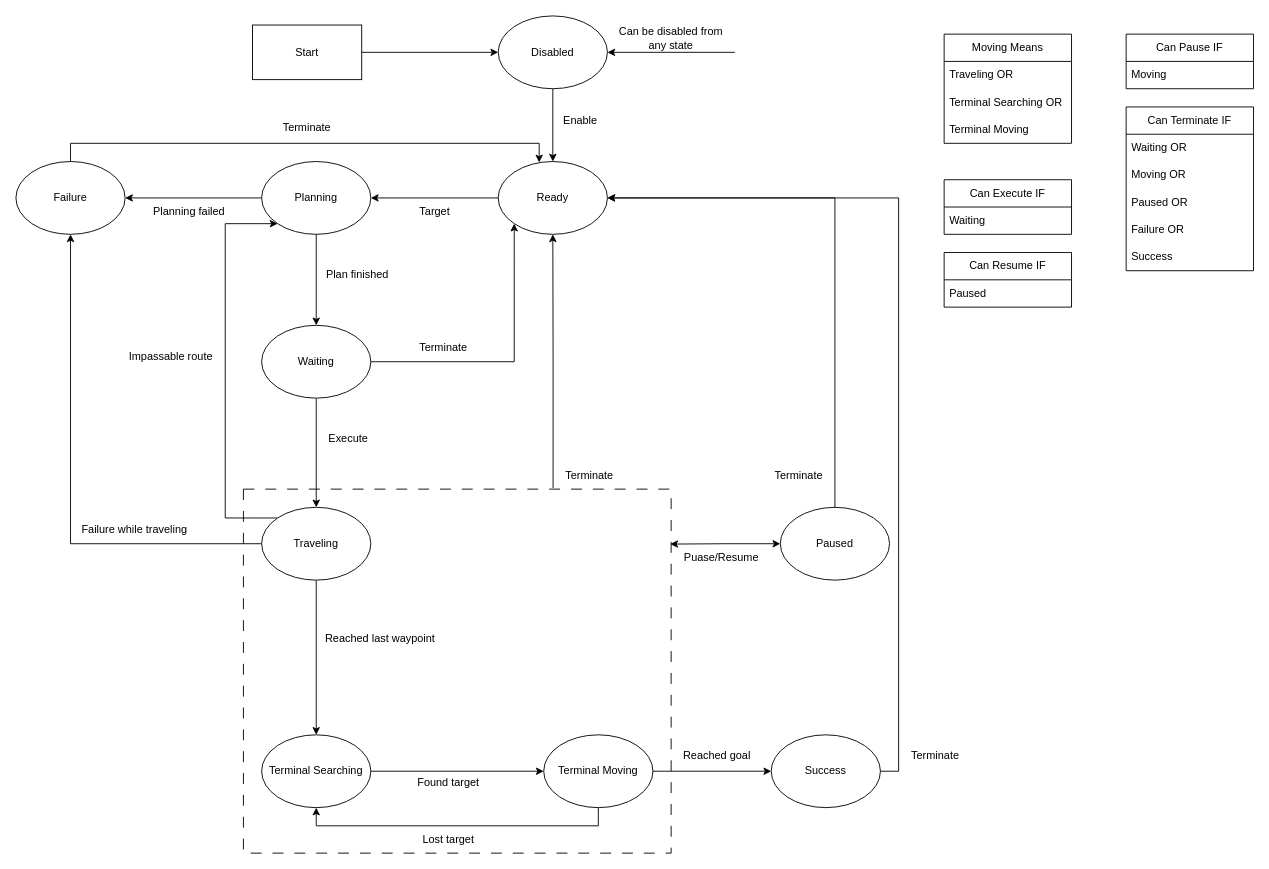
Above: State Machine.drawio in GonzagaRobotics/AutoNav (draw.io), before the change. Source tidied: cells renumbered, new cells numbered last; positions are measured from the earlier drawing's top-left corner, leaving out a move shared by most shapes. Both pictures are drawn from the tidied source at 91%, with x=0, y=0 at pixel (15, 15).
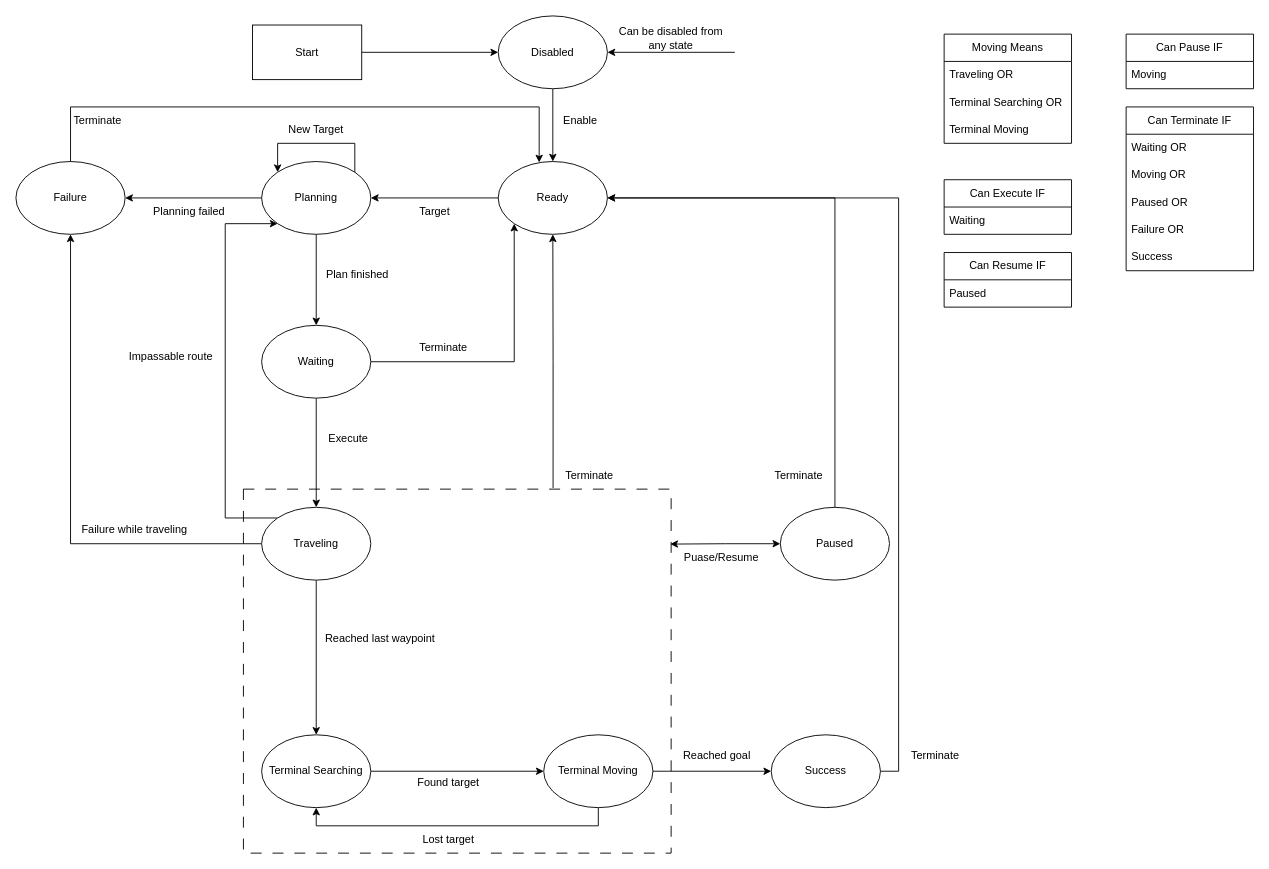
The same diagram, later.

Commit message:
Update state diagram

Unchanged cells that the change refers to:
```xml
<mxCell id="7" value="Ready" style="ellipse;whiteSpace=wrap;html=1;" parent="1" vertex="1">
  <mxGeometry x="530" y="160" width="120" height="80" as="geometry" />
</mxCell>
<mxCell id="15" value="Planning" style="ellipse;whiteSpace=wrap;html=1;" parent="1" vertex="1">
  <mxGeometry x="270" y="160" width="120" height="80" as="geometry" />
</mxCell>
<mxCell id="19" value="Failure" style="ellipse;whiteSpace=wrap;html=1;" parent="1" vertex="1">
  <mxGeometry y="160" width="120" height="80" as="geometry" />
</mxCell>
```

What changed in the source:
```diff
@@
     <mxCell id="34" style="edgeStyle=orthogonalEdgeStyle;rounded=0;jettySize=auto;html=1;exitX=0.5;exitY=0;exitDx=0;exitDy=0;entryX=0.375;entryY=0.013;entryDx=0;entryDy=0;entryPerimeter=0;" parent="1" edge="1" source="19" target="7">
-      <mxGeometry relative="1" as="geometry" />
+      <mxGeometry relative="1" as="geometry">
+        <Array as="points">
+          <mxPoint x="60" y="100" />
+          <mxPoint x="575" y="100" />
+        </Array>
+      </mxGeometry>
     </mxCell>
     <mxCell id="35" value="Terminate" style="text;html=1;align=center;verticalAlign=middle;whiteSpace=wrap;rounded=0;" parent="1" vertex="1">
-      <mxGeometry x="290" y="108" width="60" height="30" as="geometry" />
+      <mxGeometry x="60" y="100" width="60" height="30" as="geometry" />
     </mxCell>
@@
+    <mxCell id="67" style="edgeStyle=orthogonalEdgeStyle;rounded=0;orthogonalLoop=1;jettySize=auto;html=1;exitX=1;exitY=0;exitDx=0;exitDy=0;entryX=0;entryY=0;entryDx=0;entryDy=0;" parent="1" edge="1" source="15" target="15">
+      <mxGeometry relative="1" as="geometry">
+        <Array as="points">
+          <mxPoint x="372" y="140" />
+          <mxPoint x="288" y="140" />
+        </Array>
+      </mxGeometry>
+    </mxCell>
+    <mxCell id="68" value="New Target" style="text;html=1;align=center;verticalAlign=middle;whiteSpace=wrap;rounded=0;" parent="1" vertex="1">
+      <mxGeometry x="295" y="110" width="70" height="30" as="geometry" />
+    </mxCell>
```
